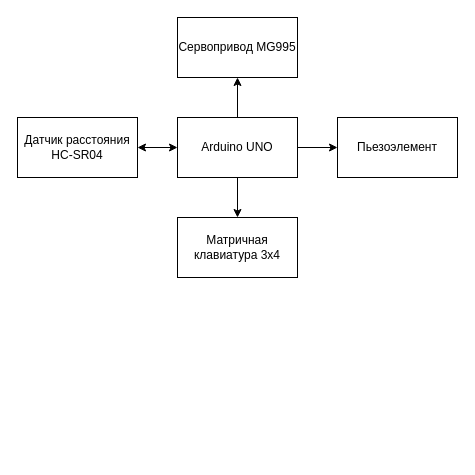
The draw.io diagram Документация/Диаграмма компонентов калитки.drawio in Artepi2349/RFID, before the edit. Source tidied: cells renumbered, new cells numbered last; positions are measured from the earlier drawing's top-left corner, leaving out a move shared by most shapes. Both pictures are drawn from the tidied source at 100%, with x=0, y=0 at pixel (17, 17).
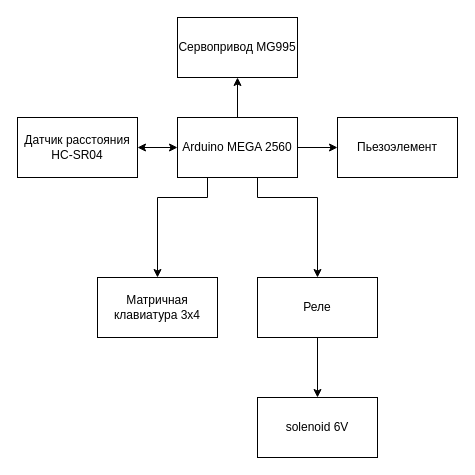
After the change.

Diff of the diagram source:
```diff
@@
 <mxGraphModel>
   <root>
     <mxCell id="0" />
     <mxCell id="1" parent="0" />
     <mxCell id="2" style="edgeStyle=orthogonalEdgeStyle;rounded=0;jettySize=auto;html=1;entryX=0;entryY=0.5;entryDx=0;entryDy=0;" parent="1" edge="1" source="5" target="9">
       <mxGeometry relative="1" as="geometry" />
     </mxCell>
     <mxCell id="3" style="edgeStyle=orthogonalEdgeStyle;rounded=0;jettySize=auto;html=1;entryX=0.5;entryY=1;entryDx=0;entryDy=0;" parent="1" edge="1" source="5" target="8">
       <mxGeometry relative="1" as="geometry" />
     </mxCell>
-    <mxCell id="4" style="edgeStyle=orthogonalEdgeStyle;rounded=0;jettySize=auto;html=1;entryX=0.5;entryY=0;entryDx=0;entryDy=0;" parent="1" edge="1" source="5" target="6">
-      <mxGeometry relative="1" as="geometry" />
+    <mxCell id="4" style="edgeStyle=orthogonalEdgeStyle;rounded=0;jettySize=auto;html=1;entryX=0.5;entryY=0;entryDx=0;entryDy=0;exitX=0.25;exitY=1;exitDx=0;exitDy=0;" parent="1" edge="1" source="5" target="6">
+      <mxGeometry relative="1" as="geometry">
+        <Array as="points">
+          <mxPoint x="190" y="180" />
+          <mxPoint x="140" y="180" />
+        </Array>
+      </mxGeometry>
     </mxCell>
+    <mxCell id="11" style="edgeStyle=orthogonalEdgeStyle;rounded=0;jettySize=auto;html=1;entryX=0.5;entryY=0;entryDx=0;entryDy=0;" parent="1" edge="1" target="13">
+      <mxGeometry relative="1" as="geometry">
+        <mxPoint x="240" y="160" as="sourcePoint" />
+        <Array as="points">
+          <mxPoint x="240" y="180" />
+          <mxPoint x="300" y="180" />
+        </Array>
+      </mxGeometry>
+    </mxCell>
-    <mxCell id="5" value="Arduino UNO" style="rounded=0;whiteSpace=wrap;html=1;" parent="1" vertex="1">
+    <mxCell id="5" value="Arduino MEGA 2560" style="rounded=0;whiteSpace=wrap;html=1;" parent="1" vertex="1">
       <mxGeometry x="160" y="100" width="120" height="60" as="geometry" />
     </mxCell>
     <mxCell id="6" value="Матричная клавиатура 3x4" style="rounded=0;whiteSpace=wrap;html=1;" parent="1" vertex="1">
-      <mxGeometry x="160" y="200" width="120" height="60" as="geometry" />
+      <mxGeometry x="80" y="260" width="120" height="60" as="geometry" />
     </mxCell>
     <mxCell id="7" value="Датчик расстояния HC-SR04" style="rounded=0;whiteSpace=wrap;html=1;" parent="1" vertex="1">
       <mxGeometry y="100" width="120" height="60" as="geometry" />
     </mxCell>
     <mxCell id="8" value="Сервопривод MG995" style="rounded=0;whiteSpace=wrap;html=1;" parent="1" vertex="1">
       <mxGeometry x="160" width="120" height="60" as="geometry" />
     </mxCell>
     <mxCell id="9" value="Пьезоэлемент" style="rounded=0;whiteSpace=wrap;html=1;" parent="1" vertex="1">
       <mxGeometry x="320" y="100" width="120" height="60" as="geometry" />
     </mxCell>
     <mxCell id="10" style="endArrow=classic;startArrow=classic;html=1;rounded=0;exitX=1;exitY=0.5;exitDx=0;exitDy=0;" parent="1" edge="1" source="7">
       <mxGeometry relative="1" as="geometry">
         <mxPoint x="160" y="130" as="targetPoint" />
       </mxGeometry>
     </mxCell>
+    <mxCell id="12" style="edgeStyle=orthogonalEdgeStyle;rounded=0;jettySize=auto;html=1;" parent="1" edge="1" source="13" target="14">
+      <mxGeometry relative="1" as="geometry" />
+    </mxCell>
+    <mxCell id="13" value="Реле" style="rounded=0;whiteSpace=wrap;html=1;" parent="1" vertex="1">
+      <mxGeometry x="240" y="260" width="120" height="60" as="geometry" />
+    </mxCell>
+    <mxCell id="14" value="solenoid 6V" style="rounded=0;whiteSpace=wrap;html=1;" parent="1" vertex="1">
+      <mxGeometry x="240" y="380" width="120" height="60" as="geometry" />
+    </mxCell>
   </root>
 </mxGraphModel>
```
